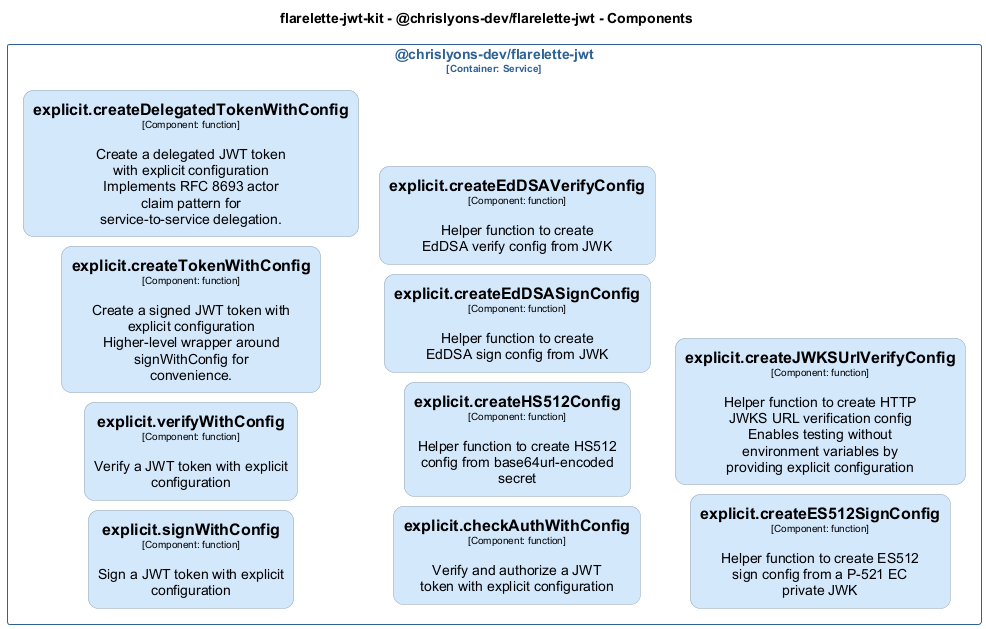
Before: docs/architecture/diagrams/structurizr-Classes_chrislyons_dev_flarelette_jwt__explicit.png, a diagram exported from PlantUML (chrislyons-dev/flarelette-jwt-kit).
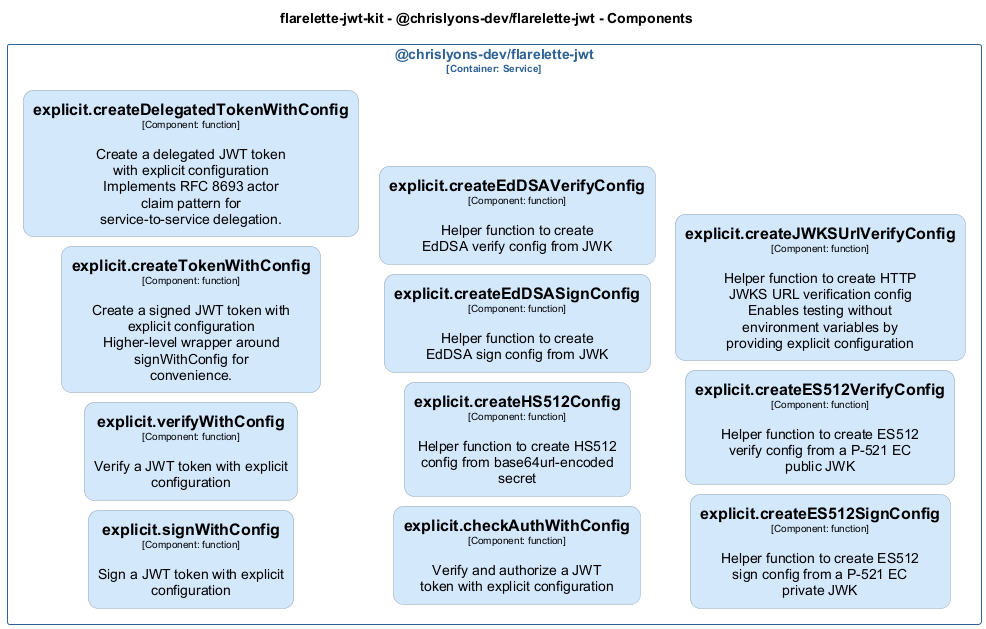
Later version of the same file.

Diff of the diagram source:
```diff
@@ -31,6 +31,13 @@
   shadowing false
 }
 skinparam rectangle<<flarelettejwtkit.chrislyonsdevflarelettejwt.explicitcreateES512SignConfig>> {
+  BackgroundColor #d4e8fc
+  FontColor #000000
+  BorderColor #94a2b0
+  roundCorner 20
+  shadowing false
+}
+skinparam rectangle<<flarelettejwtkit.chrislyonsdevflarelettejwt.explicitcreateES512VerifyConfig>> {
   BackgroundColor #d4e8fc
   FontColor #000000
   BorderColor #94a2b0
@@ -102,6 +109,7 @@
   rectangle "==explicit.createEdDSASignConfig\n<size:10>[Component: function]</size>\n\nHelper function to create EdDSA sign config from JWK" <<flarelettejwtkit.chrislyonsdevflarelettejwt.explicitcreateEdDSASignConfig>> as flarelettejwtkit.chrislyonsdevflarelettejwt.explicitcreateEdDSASignConfig
   rectangle "==explicit.createEdDSAVerifyConfig\n<size:10>[Component: function]</size>\n\nHelper function to create EdDSA verify config from JWK" <<flarelettejwtkit.chrislyonsdevflarelettejwt.explicitcreateEdDSAVerifyConfig>> as flarelettejwtkit.chrislyonsdevflarelettejwt.explicitcreateEdDSAVerifyConfig
   rectangle "==explicit.createES512SignConfig\n<size:10>[Component: function]</size>\n\nHelper function to create ES512 sign config from a P-521 EC private JWK" <<flarelettejwtkit.chrislyonsdevflarelettejwt.explicitcreateES512SignConfig>> as flarelettejwtkit.chrislyonsdevflarelettejwt.explicitcreateES512SignConfig
+  rectangle "==explicit.createES512VerifyConfig\n<size:10>[Component: function]</size>\n\nHelper function to create ES512 verify config from a P-521 EC public JWK" <<flarelettejwtkit.chrislyonsdevflarelettejwt.explicitcreateES512VerifyConfig>> as flarelettejwtkit.chrislyonsdevflarelettejwt.explicitcreateES512VerifyConfig
   rectangle "==explicit.createJWKSUrlVerifyConfig\n<size:10>[Component: function]</size>\n\nHelper function to create HTTP JWKS URL verification config Enables testing without environment variables by providing explicit configuration" <<flarelettejwtkit.chrislyonsdevflarelettejwt.explicitcreateJWKSUrlVerifyConfig>> as flarelettejwtkit.chrislyonsdevflarelettejwt.explicitcreateJWKSUrlVerifyConfig
 }
 
```
